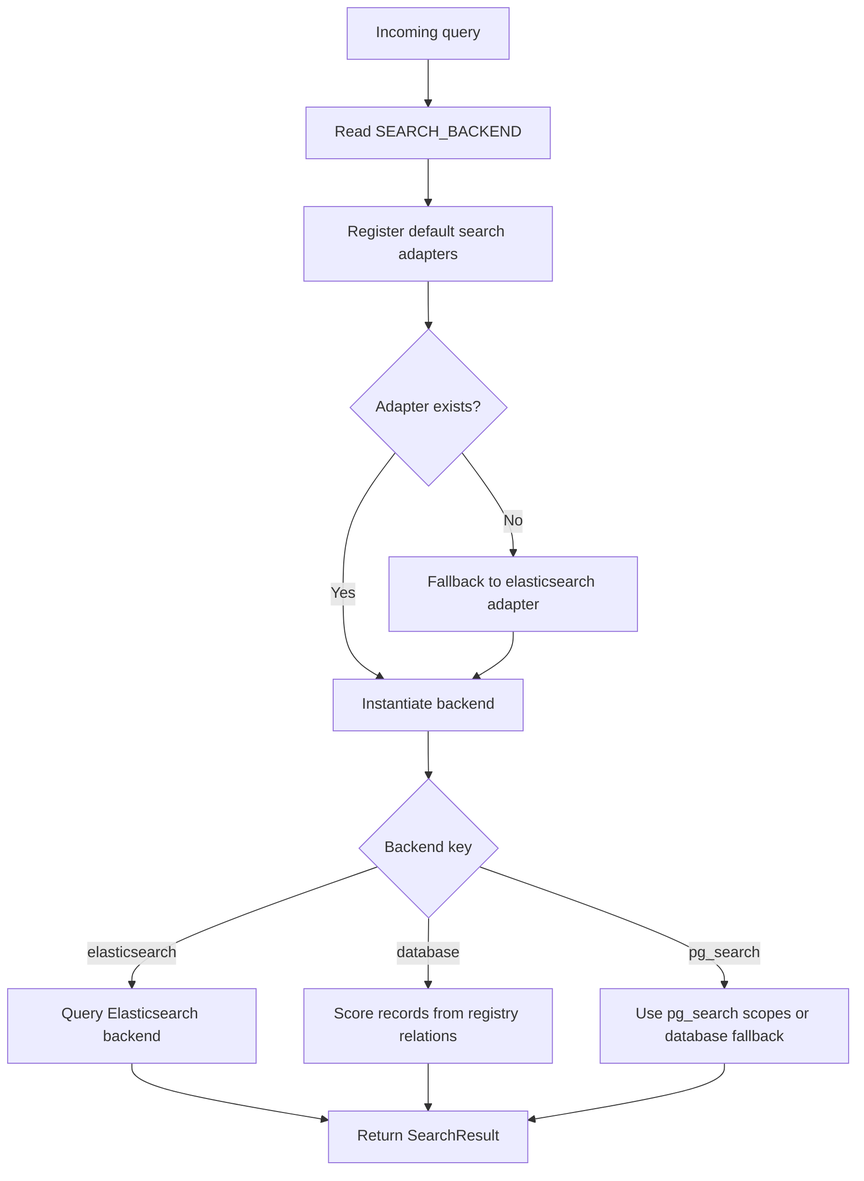
The Mermaid diagram docs/diagrams/exports/png/pr_1479_search_backend_flow.png in better-together-org/community-engine-rails, before a commit. Its source is kept beside it as docs/diagrams/source/pr_1479_search_backend_flow.mmd. Source of this version:
```mermaid
flowchart TD
    A[Incoming query] --> B[Read SEARCH_BACKEND]
    B --> C[Register default search adapters]
    C --> D{Adapter exists?}
    D -- Yes --> E[Instantiate backend]
    D -- No --> F[Fallback to elasticsearch adapter]
    F --> E
    E --> G{Backend key}
    G -- elasticsearch --> H[Query Elasticsearch backend]
    G -- database --> I[Score records from registry relations]
    G -- pg_search --> J[Use pg_search scopes or database fallback]
    H --> K[Return SearchResult]
    I --> K
    J --> K
```
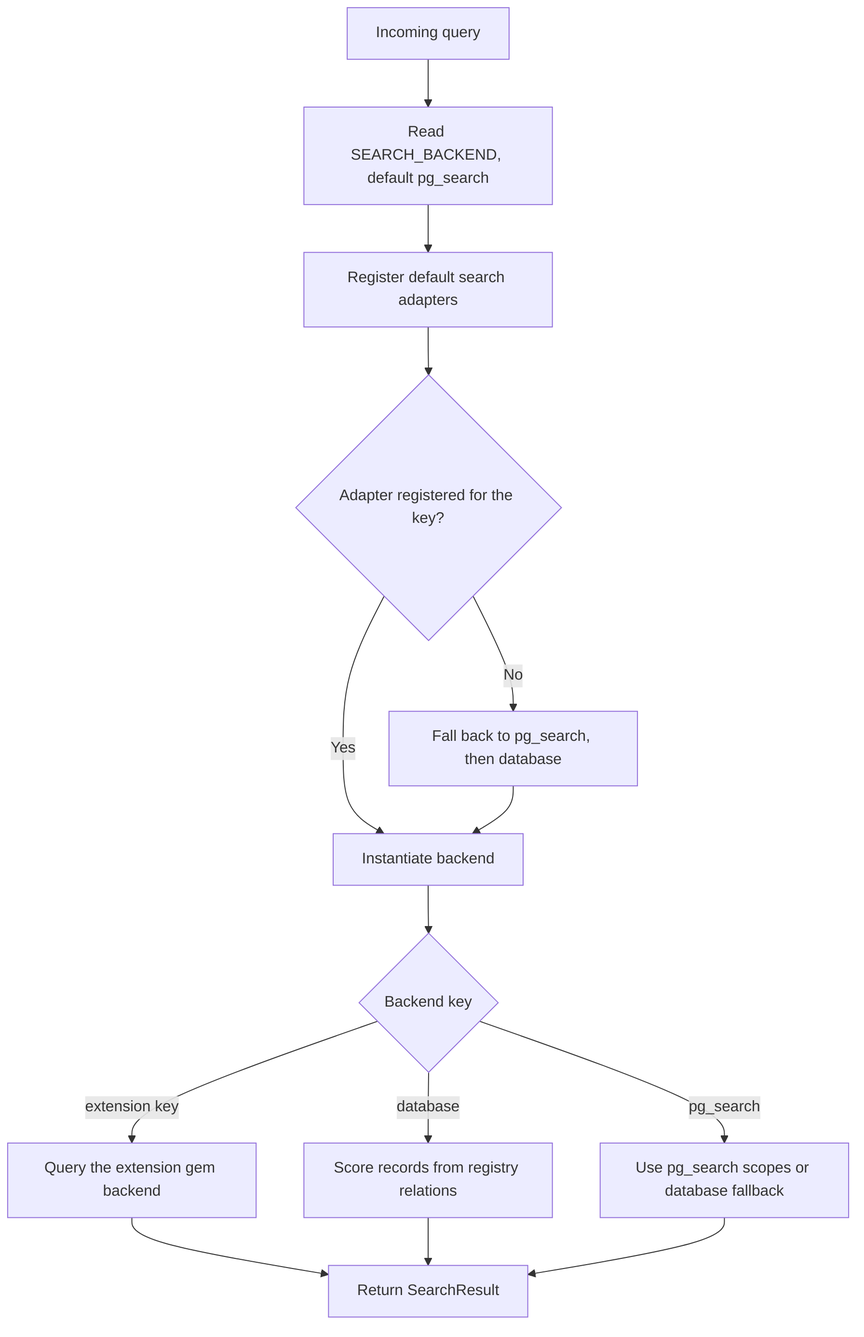
Later version of the same file.

The edit, as a diff of the source:
```diff
@@ -1,14 +1,14 @@
 flowchart TD
-    A[Incoming query] --> B[Read SEARCH_BACKEND]
+    A[Incoming query] --> B[Read SEARCH_BACKEND, default pg_search]
     B --> C[Register default search adapters]
-    C --> D{Adapter exists?}
+    C --> D{Adapter registered for the key?}
     D -- Yes --> E[Instantiate backend]
-    D -- No --> F[Fallback to elasticsearch adapter]
+    D -- No --> F[Fall back to pg_search, then database]
     F --> E
     E --> G{Backend key}
-    G -- elasticsearch --> H[Query Elasticsearch backend]
+    G -- pg_search --> J[Use pg_search scopes or database fallback]
     G -- database --> I[Score records from registry relations]
-    G -- pg_search --> J[Use pg_search scopes or database fallback]
+    G -- extension key --> H[Query the extension gem backend]
     H --> K[Return SearchResult]
     I --> K
     J --> K
```
